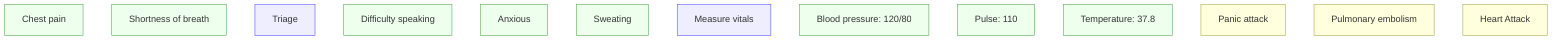
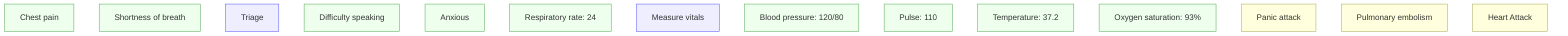
flowchart TD
  O1["Chest pain"]
  O2["Shortness of breath"]
  A1["Triage"]
  O6["Difficulty speaking"]
  O7["Anxious"]
  O8["Sweating"]
  A2["Measure vitals"]
  O3["Blood pressure: 120/80"]
  O4["Pulse: 110"]
-   O5["Temperature: 37.8"]
+   O5["Temperature: 37.2"]
+   O8["Respiratory rate: 24"]
+   O9["Oxygen saturation: 93%"]

  H1["Panic attack"]
  H2["Pulmonary embolism"]
  H3["Heart Attack"]

  classDef obs fill:#efe,stroke:#5a5;
  classDef action fill:#eef,stroke:#55f;
  classDef hyo fill:#ffd,stroke:#aa5

  class O1 obs
  class O2 obs
  class O3 obs
  class O4 obs
  class O5 obs
  class O6 obs
  class O7 obs
  class O8 obs
+   class O9 obs
  class A1 action
  class A2 action
  class H1 hyo
  class H2 hyo
  class H3 hyo



